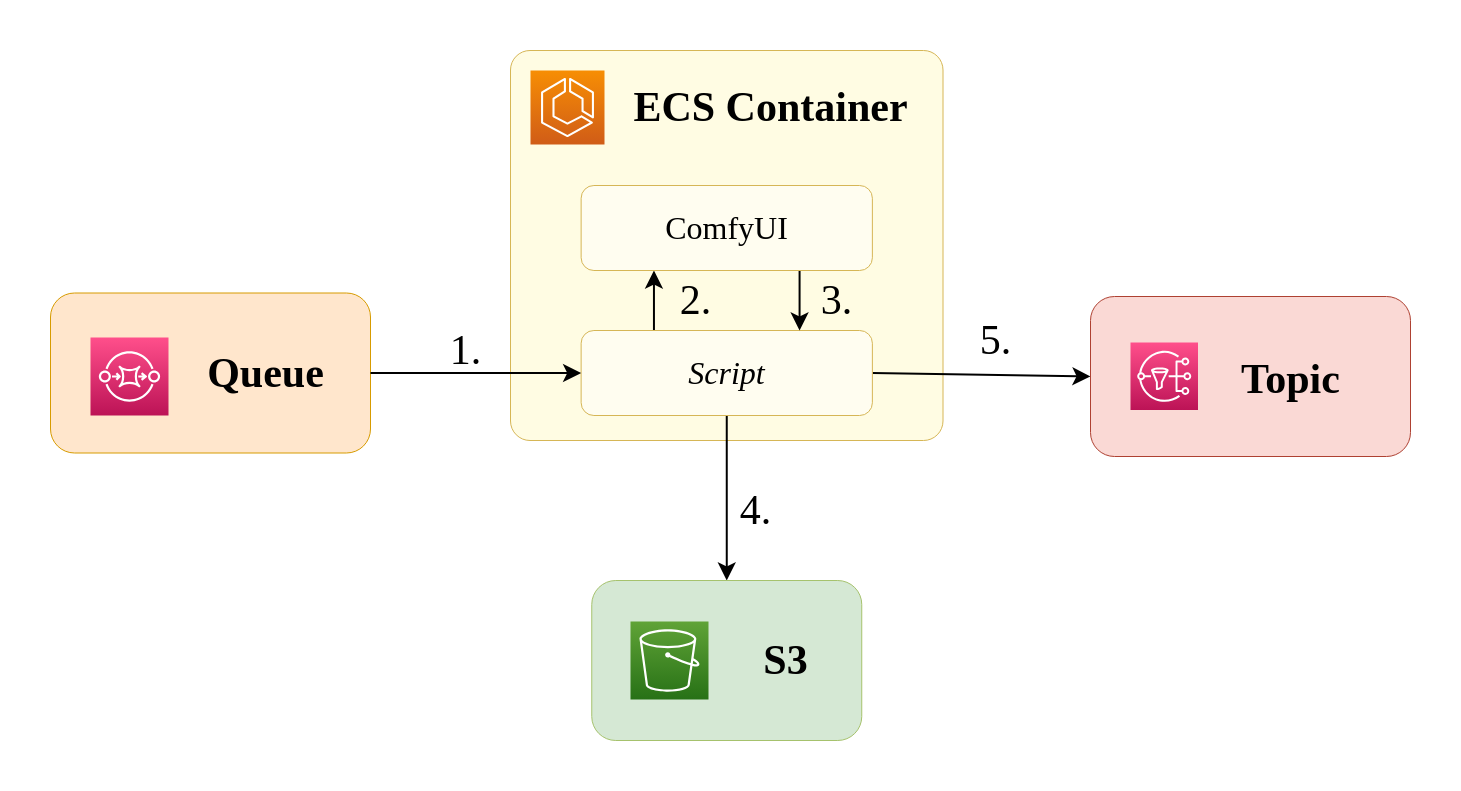
This is diagrams/ep-1-async-api.drawio.png from undrash/childrens-stories-ai, a draw.io export, as it was before one commit. Source tidied: cells renumbered, new cells last; positions are measured from the earlier drawing's top-left corner, leaving out a move shared by most shapes.
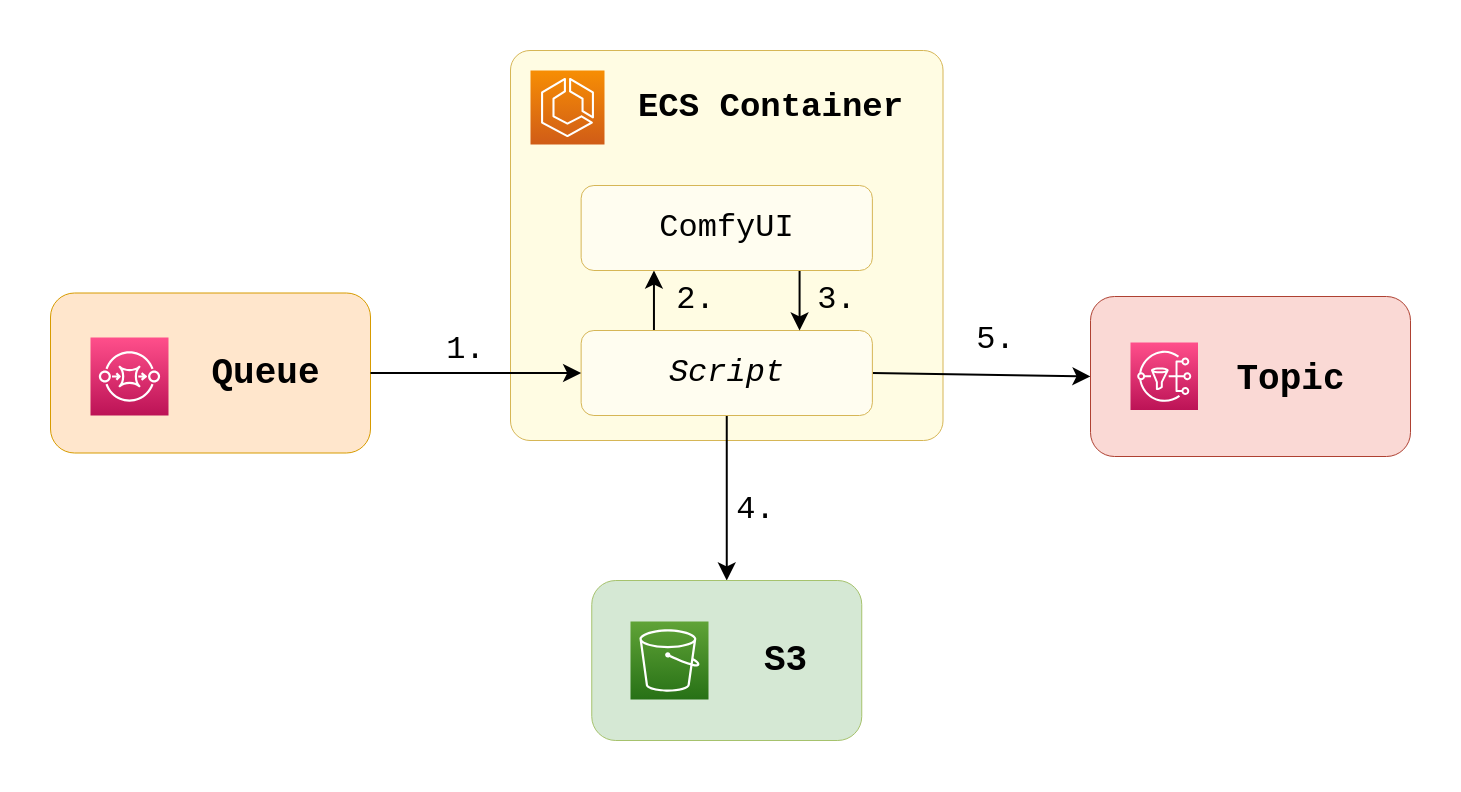
The same file after the commit.

The edit, as a diff of the source:
```diff
@@ -17,13 +17,13 @@
     <mxCell id="6" style="edgeStyle=none;html=1;exitX=1;exitY=0.5;exitDx=0;exitDy=0;entryX=0;entryY=0.5;entryDx=0;entryDy=0;strokeWidth=2;fontFamily=Lucida Console;fontSize=42;fontColor=#FFFFFF;endSize=12;" parent="1" edge="1" source="7" target="13">
       <mxGeometry relative="1" as="geometry" />
     </mxCell>
-    <mxCell id="7" value="&lt;font style=&quot;font-size: 32px;&quot;&gt;Script&lt;/font&gt;" style="rounded=1;whiteSpace=wrap;html=1;fontFamily=Lucida Console;fillColor=#FFFDF0;strokeColor=#d6b656;fontStyle=2;" parent="1" vertex="1">
+    <mxCell id="7" value="&lt;font style=&quot;font-size: 32px;&quot;&gt;Script&lt;/font&gt;" style="rounded=1;whiteSpace=wrap;html=1;fontFamily=Courier New;fillColor=#FFFDF0;strokeColor=#d6b656;fontStyle=2;" parent="1" vertex="1">
       <mxGeometry x="530.6" y="280" width="291.2" height="85" as="geometry" />
     </mxCell>
     <mxCell id="8" style="edgeStyle=none;html=1;exitX=0.75;exitY=1;exitDx=0;exitDy=0;entryX=0.75;entryY=0;entryDx=0;entryDy=0;strokeWidth=2;fontFamily=Lucida Console;fontSize=42;fontColor=#FFFFFF;endSize=12;" parent="1" edge="1" source="9" target="7">
       <mxGeometry relative="1" as="geometry" />
     </mxCell>
-    <mxCell id="9" value="&lt;font style=&quot;font-size: 32px;&quot;&gt;ComfyUI&lt;/font&gt;" style="rounded=1;whiteSpace=wrap;html=1;fontFamily=Lucida Console;fillColor=#FFFDF0;strokeColor=#d6b656;" parent="1" vertex="1">
+    <mxCell id="9" value="&lt;font style=&quot;font-size: 32px;&quot;&gt;ComfyUI&lt;/font&gt;" style="rounded=1;whiteSpace=wrap;html=1;fontFamily=Courier New;fillColor=#FFFDF0;strokeColor=#d6b656;" parent="1" vertex="1">
       <mxGeometry x="530.6" y="135" width="291.2" height="85" as="geometry" />
     </mxCell>
     <mxCell id="10" style="rounded=1;whiteSpace=wrap;html=1;fillColor=#d5e8d4;strokeColor=#A6C26D;shadow=0;glass=0;fontSize=32;fontStyle=0;fontFamily=Lucida Console;" parent="1" vertex="1">
@@ -32,8 +32,8 @@
     <mxCell id="11" style="sketch=0;fontColor=#232F3E;gradientColor=#FF4F8B;gradientDirection=north;fillColor=#BC1356;strokeColor=#ffffff;dashed=0;verticalLabelPosition=bottom;verticalAlign=top;align=center;html=1;fontSize=12;fontStyle=0;shape=mxgraph.aws4.resourceIcon;resIcon=mxgraph.aws4.sqs;" parent="1" vertex="1">
       <mxGeometry x="40" y="287" width="78" height="78" as="geometry" />
     </mxCell>
-    <mxCell id="12" value="Queue" style="text;html=1;align=center;verticalAlign=middle;strokeColor=none;fillColor=none;fontSize=42;fontFamily=Lucida Console;fontColor=#000000;fontStyle=1;" parent="1" vertex="1">
-      <mxGeometry x="145" y="292.5" width="140" height="60" as="geometry" />
+    <mxCell id="12" value="Queue" style="text;html=1;align=center;verticalAlign=middle;strokeColor=none;fillColor=none;fontSize=36;fontFamily=Courier New;fontColor=#000000;fontStyle=1;" parent="1" vertex="1">
+      <mxGeometry x="150" y="292.5" width="130" height="60" as="geometry" />
     </mxCell>
     <mxCell id="13" style="rounded=1;whiteSpace=wrap;html=1;fillColor=#fad9d5;strokeColor=#ae4132;shadow=0;glass=0;fontSize=12;fontStyle=0;fontFamily=Helvetica;" parent="1" vertex="1">
       <mxGeometry x="1040" y="246" width="320" height="160" as="geometry" />
@@ -41,38 +41,38 @@
     <mxCell id="14" style="sketch=0;fontColor=#232F3E;gradientColor=#FF4F8B;gradientDirection=north;fillColor=#BC1356;strokeColor=#ffffff;dashed=0;verticalLabelPosition=bottom;verticalAlign=top;align=center;html=1;fontSize=12;fontStyle=0;shape=mxgraph.aws4.resourceIcon;resIcon=mxgraph.aws4.sns;fontFamily=Lucida Console;" parent="1" vertex="1">
       <mxGeometry x="1080" y="292" width="67.5" height="67.5" as="geometry" />
     </mxCell>
-    <mxCell id="15" value="Topic" style="text;html=1;align=center;verticalAlign=middle;strokeColor=none;fillColor=none;fontSize=42;fontFamily=Lucida Console;fontColor=#000000;fontStyle=1;" parent="1" vertex="1">
-      <mxGeometry x="1180" y="298.5" width="120" height="60" as="geometry" />
+    <mxCell id="15" value="Topic" style="text;html=1;align=center;verticalAlign=middle;strokeColor=none;fillColor=none;fontSize=36;fontFamily=Courier New;fontColor=#000000;fontStyle=1;" parent="1" vertex="1">
+      <mxGeometry x="1175" y="298.5" width="130" height="60" as="geometry" />
     </mxCell>
     <mxCell id="16" style="sketch=0;fontColor=#232F3E;gradientColor=#60A337;gradientDirection=north;fillColor=#277116;strokeColor=#ffffff;dashed=0;verticalLabelPosition=bottom;verticalAlign=top;align=center;html=1;fontSize=12;fontStyle=0;shape=mxgraph.aws4.resourceIcon;resIcon=mxgraph.aws4.s3;shadow=0;glass=0;fontFamily=Lucida Console;" parent="1" vertex="1">
       <mxGeometry x="580" y="571" width="78" height="78" as="geometry" />
     </mxCell>
-    <mxCell id="17" value="S3" style="text;html=1;align=center;verticalAlign=middle;strokeColor=none;fillColor=none;fontSize=42;fontFamily=Lucida Console;fontColor=#000000;fontStyle=1;" parent="1" vertex="1">
+    <mxCell id="17" value="S3" style="text;html=1;align=center;verticalAlign=middle;strokeColor=none;fillColor=none;fontSize=36;fontFamily=Courier New;fontColor=#000000;fontStyle=1;" parent="1" vertex="1">
       <mxGeometry x="700" y="580" width="70" height="60" as="geometry" />
     </mxCell>
     <mxCell id="18" style="sketch=0;fontColor=#232F3E;gradientColor=#F78E04;gradientDirection=north;fillColor=#D05C17;strokeColor=#ffffff;dashed=0;verticalLabelPosition=bottom;verticalAlign=top;align=center;html=1;fontSize=12;fontStyle=0;shape=mxgraph.aws4.resourceIcon;resIcon=mxgraph.aws4.ecs;shadow=0;glass=0;fontFamily=Lucida Console;" parent="1" vertex="1">
       <mxGeometry x="480" y="20" width="74" height="74" as="geometry" />
     </mxCell>
-    <mxCell id="19" value="ECS Container" style="text;html=1;align=center;verticalAlign=middle;strokeColor=none;fillColor=none;fontSize=42;fontFamily=Lucida Console;fontColor=#000000;fontStyle=1;" parent="1" vertex="1">
-      <mxGeometry x="570" y="27" width="300" height="60" as="geometry" />
+    <mxCell id="19" value="ECS Container" style="text;html=1;align=center;verticalAlign=middle;strokeColor=none;fillColor=none;fontSize=34;fontFamily=Courier New;fontColor=#000000;fontStyle=1;" parent="1" vertex="1">
+      <mxGeometry x="575" y="32" width="290" height="50" as="geometry" />
     </mxCell>
     <mxCell id="20" style="edgeStyle=none;html=1;exitX=1;exitY=0.5;exitDx=0;exitDy=0;entryX=0;entryY=0.5;entryDx=0;entryDy=0;fontFamily=Lucida Console;fontSize=42;fontColor=#FFFFFF;strokeWidth=2;endSize=12;" parent="1" edge="1" source="2" target="7">
       <mxGeometry relative="1" as="geometry" />
     </mxCell>
-    <mxCell id="21" value="&lt;font color=&quot;#000000&quot;&gt;1.&lt;/font&gt;" style="text;html=1;align=center;verticalAlign=middle;strokeColor=none;fillColor=none;fontSize=42;fontFamily=Lucida Console;fontColor=#FFFFFF;" parent="1" vertex="1">
-      <mxGeometry x="390" y="270" width="50" height="60" as="geometry" />
+    <mxCell id="21" value="&lt;font color=&quot;#000000&quot; style=&quot;font-size: 32px;&quot;&gt;1.&lt;/font&gt;" style="text;html=1;align=center;verticalAlign=middle;strokeColor=none;fillColor=none;fontSize=32;fontFamily=Courier New;fontColor=#FFFFFF;" parent="1" vertex="1">
+      <mxGeometry x="385" y="275" width="60" height="50" as="geometry" />
     </mxCell>
-    <mxCell id="22" value="&lt;font color=&quot;#000000&quot;&gt;2.&lt;/font&gt;" style="text;html=1;align=center;verticalAlign=middle;strokeColor=none;fillColor=none;fontSize=42;fontFamily=Lucida Console;fontColor=#FFFFFF;" parent="1" vertex="1">
-      <mxGeometry x="620" y="220" width="50" height="60" as="geometry" />
+    <mxCell id="22" value="&lt;font color=&quot;#000000&quot; style=&quot;font-size: 32px;&quot;&gt;2.&lt;/font&gt;" style="text;html=1;align=center;verticalAlign=middle;strokeColor=none;fillColor=none;fontSize=32;fontFamily=Courier New;fontColor=#FFFFFF;" parent="1" vertex="1">
+      <mxGeometry x="615" y="225" width="60" height="50" as="geometry" />
     </mxCell>
-    <mxCell id="23" value="&lt;font color=&quot;#000000&quot;&gt;3.&lt;/font&gt;" style="text;html=1;align=center;verticalAlign=middle;strokeColor=none;fillColor=none;fontSize=42;fontFamily=Lucida Console;fontColor=#FFFFFF;" parent="1" vertex="1">
-      <mxGeometry x="761.3" y="220" width="50" height="60" as="geometry" />
+    <mxCell id="23" value="&lt;font color=&quot;#000000&quot; style=&quot;font-size: 32px;&quot;&gt;3.&lt;/font&gt;" style="text;html=1;align=center;verticalAlign=middle;strokeColor=none;fillColor=none;fontSize=32;fontFamily=Courier New;fontColor=#FFFFFF;" parent="1" vertex="1">
+      <mxGeometry x="756.3" y="225" width="60" height="50" as="geometry" />
     </mxCell>
-    <mxCell id="24" value="&lt;font color=&quot;#000000&quot;&gt;4.&lt;/font&gt;" style="text;html=1;align=center;verticalAlign=middle;strokeColor=none;fillColor=none;fontSize=42;fontFamily=Lucida Console;fontColor=#FFFFFF;" parent="1" vertex="1">
-      <mxGeometry x="680" y="430" width="50" height="60" as="geometry" />
+    <mxCell id="24" value="&lt;font color=&quot;#000000&quot; style=&quot;font-size: 32px;&quot;&gt;4.&lt;/font&gt;" style="text;html=1;align=center;verticalAlign=middle;strokeColor=none;fillColor=none;fontSize=32;fontFamily=Courier New;fontColor=#FFFFFF;" parent="1" vertex="1">
+      <mxGeometry x="675" y="435" width="60" height="50" as="geometry" />
     </mxCell>
-    <mxCell id="25" value="&lt;font color=&quot;#000000&quot;&gt;5.&lt;/font&gt;" style="text;html=1;align=center;verticalAlign=middle;strokeColor=none;fillColor=none;fontSize=42;fontFamily=Lucida Console;fontColor=#FFFFFF;" parent="1" vertex="1">
-      <mxGeometry x="920" y="260" width="50" height="60" as="geometry" />
+    <mxCell id="25" value="&lt;font color=&quot;#000000&quot; style=&quot;font-size: 32px;&quot;&gt;5.&lt;/font&gt;" style="text;html=1;align=center;verticalAlign=middle;strokeColor=none;fillColor=none;fontSize=32;fontFamily=Courier New;fontColor=#FFFFFF;" parent="1" vertex="1">
+      <mxGeometry x="915" y="265" width="60" height="50" as="geometry" />
     </mxCell>
   </root>
 </mxGraphModel>
```
